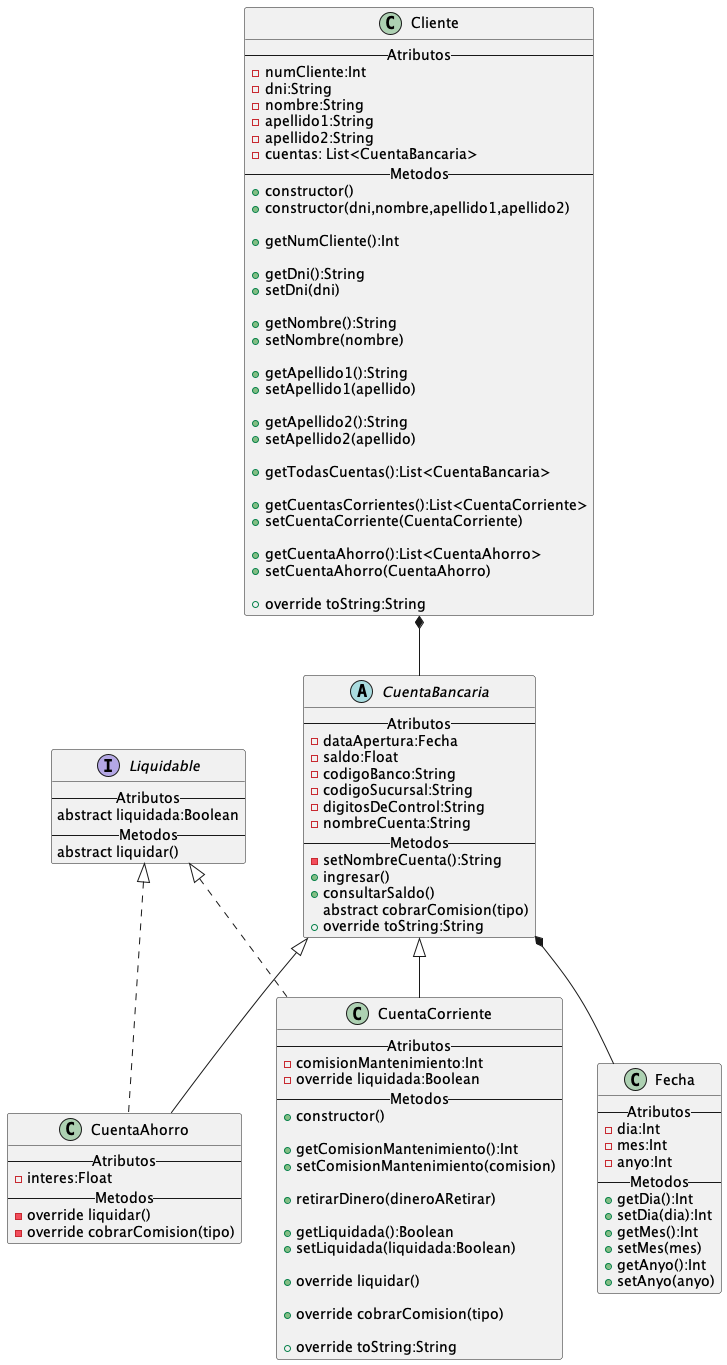
Earlier version of the PlantUML export src/main/kotlin/uml/DiagramaClases.png (MaxDronCode/LadronesLegales).
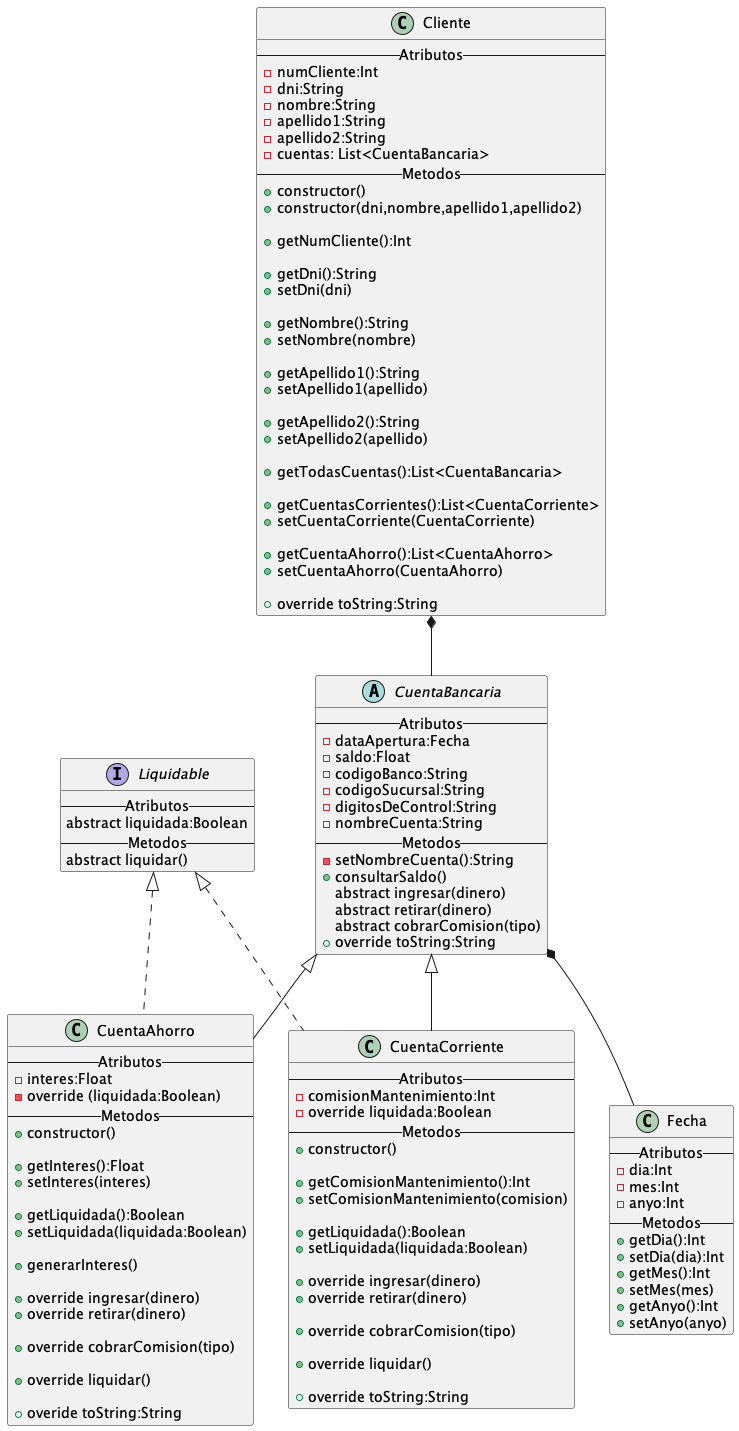
The same file after the commit.

Change to the diagram source:
```diff
@@ -46,8 +46,9 @@
 -nombreCuenta:String
 --Metodos--
 -setNombreCuenta():String
-+ingresar()
 +consultarSaldo()
+abstract ingresar(dinero)
+abstract retirar(dinero)
 abstract cobrarComision(tipo)
 +override toString:String
 }
@@ -62,14 +63,15 @@
 +getComisionMantenimiento():Int
 +setComisionMantenimiento(comision)
 
-+retirarDinero(dineroARetirar)
-
 +getLiquidada():Boolean
 +setLiquidada(liquidada:Boolean)
 
-+override liquidar()
++override ingresar(dinero)
++override retirar(dinero)
 
 +override cobrarComision(tipo)
+
++override liquidar()
 
 +override toString:String
 }
@@ -77,9 +79,26 @@
 class CuentaAhorro{
 --Atributos--
 -interes:Float
+-override (liquidada:Boolean)
 --Metodos--
--override liquidar()
--override cobrarComision(tipo)
++constructor()
+
++getInteres():Float
++setInteres(interes)
+
++getLiquidada():Boolean
++setLiquidada(liquidada:Boolean)
+
++generarInteres()
+
++override ingresar(dinero)
++override retirar(dinero)
+
++override cobrarComision(tipo)
+
++override liquidar()
+
++overide toString:String
 }
 
 interface Liquidable {
```
